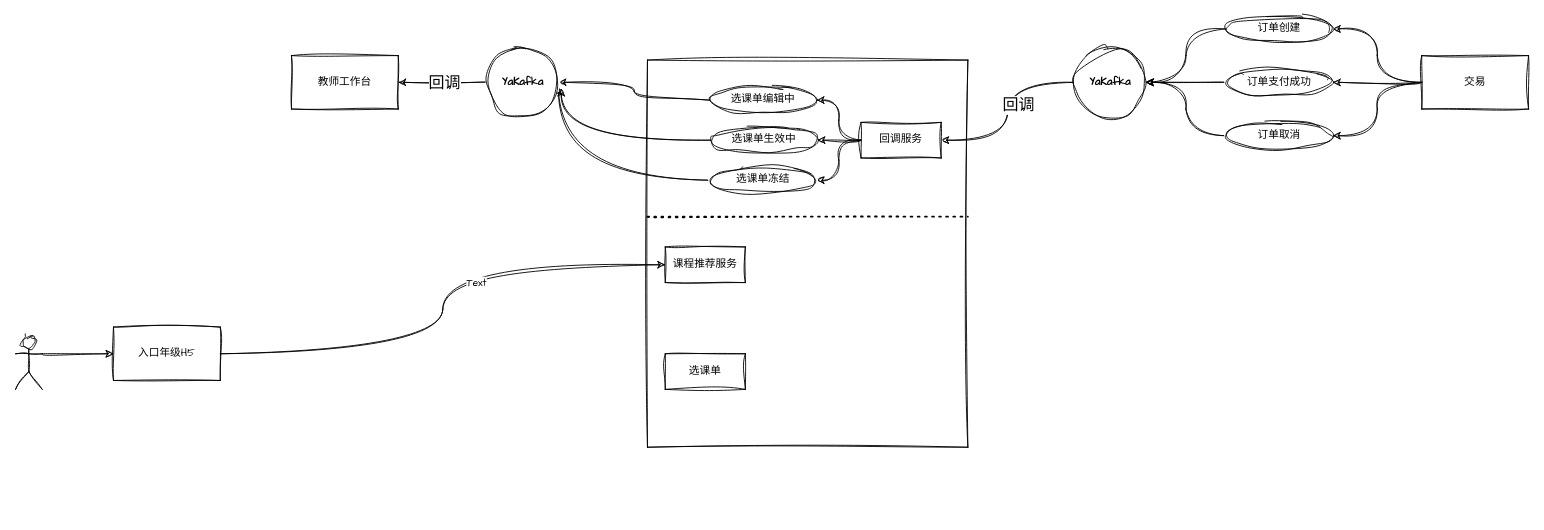
Above: xiwang/入口年级-数据流图.drawio in LanSeTianYe/draw (draw.io), before the change. Source tidied: cells renumbered, new cells numbered last; positions are measured from the earlier drawing's top-left corner, leaving out a move shared by most shapes. Both pictures are drawn from the tidied source at 89%, with x=0, y=0 at pixel (15, 15).
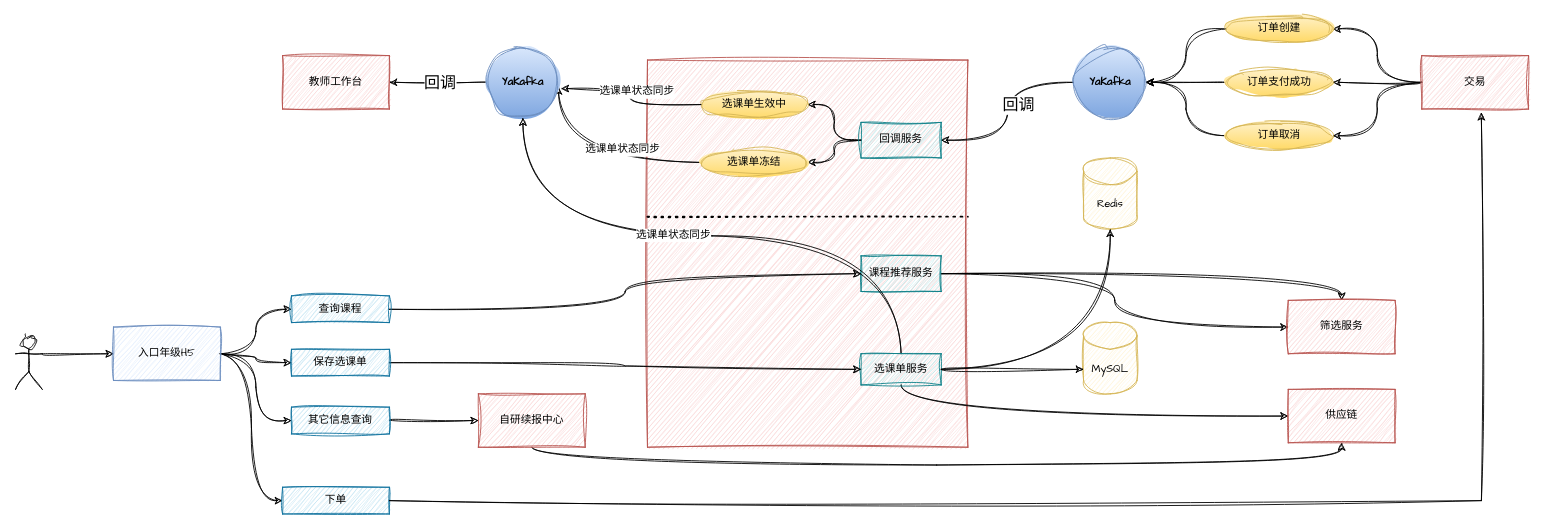
Above is the later version.

Commit message:
更新入口年级-数据流图.drawio

Unchanged cells that the change refers to:
```xml
<mxCell id="28" style="edgeStyle=orthogonalEdgeStyle;curved=1;rounded=0;sketch=1;hachureGap=4;jiggle=2;curveFitting=1;jettySize=auto;html=1;exitX=0;exitY=0.5;exitDx=0;exitDy=0;fontFamily=Architects Daughter;" parent="1" edge="1" source="29">
  <mxGeometry relative="1" as="geometry">
    <mxPoint x="610" y="80" as="targetPoint" />
  </mxGeometry>
</mxCell>
```

The edit, as a diff of the source:
```diff
@@
-    <mxCell id="2" style="rounded=0;whiteSpace=wrap;html=1;sketch=1;hachureGap=4;jiggle=2;curveFitting=1;fontFamily=Architects Daughter;" parent="1" vertex="1">
+    <mxCell id="2" style="rounded=0;whiteSpace=wrap;html=1;sketch=1;hachureGap=4;jiggle=2;curveFitting=1;fontFamily=Architects Daughter;fillColor=#f8cecc;strokeColor=#b85450;" parent="1" vertex="1">
       <mxGeometry x="710" y="50" width="360" height="435" as="geometry" />
     </mxCell>
@@
-    <mxCell id="5" style="edgeStyle=orthogonalEdgeStyle;curved=1;rounded=0;sketch=1;hachureGap=4;jiggle=2;curveFitting=1;jettySize=auto;html=1;exitX=1;exitY=0.5;exitDx=0;exitDy=0;entryX=0;entryY=0.5;entryDx=0;entryDy=0;fontFamily=Architects Daughter;" parent="1" edge="1" source="7" target="35">
-      <mxGeometry relative="1" as="geometry" />
-    </mxCell>
-    <mxCell id="6" value="Text" style="edgeLabel;html=1;align=center;verticalAlign=middle;sketch=1;hachureGap=4;jiggle=2;curveFitting=1;fontFamily=Architects Daughter;" parent="5" vertex="1">
-      <mxGeometry x="0.29" y="-19" relative="1" as="geometry" />
-    </mxCell>
+    <mxCell id="38" style="edgeStyle=orthogonalEdgeStyle;curved=1;rounded=0;sketch=1;hachureGap=4;jiggle=2;curveFitting=1;jettySize=auto;html=1;exitX=1;exitY=0.5;exitDx=0;exitDy=0;entryX=0;entryY=0.5;entryDx=0;entryDy=0;fontFamily=Architects Daughter;" parent="1" edge="1" source="7" target="50">
+      <mxGeometry relative="1" as="geometry" />
+    </mxCell>
+    <mxCell id="39" style="edgeStyle=orthogonalEdgeStyle;curved=1;rounded=0;sketch=1;hachureGap=4;jiggle=2;curveFitting=1;jettySize=auto;html=1;exitX=1;exitY=0.5;exitDx=0;exitDy=0;fontFamily=Architects Daughter;" parent="1" edge="1" source="7" target="52">
+      <mxGeometry relative="1" as="geometry" />
+    </mxCell>
+    <mxCell id="40" style="edgeStyle=orthogonalEdgeStyle;curved=1;rounded=0;sketch=1;hachureGap=4;jiggle=2;curveFitting=1;jettySize=auto;html=1;exitX=1;exitY=0.5;exitDx=0;exitDy=0;entryX=0;entryY=0.5;entryDx=0;entryDy=0;fontFamily=Architects Daughter;" parent="1" edge="1" source="7" target="53">
+      <mxGeometry relative="1" as="geometry" />
+    </mxCell>
+    <mxCell id="41" style="edgeStyle=orthogonalEdgeStyle;curved=1;rounded=0;sketch=1;hachureGap=4;jiggle=2;curveFitting=1;jettySize=auto;html=1;exitX=1;exitY=0.5;exitDx=0;exitDy=0;entryX=0;entryY=0.5;entryDx=0;entryDy=0;fontFamily=Architects Daughter;" parent="1" edge="1" source="7" target="57">
+      <mxGeometry relative="1" as="geometry" />
+    </mxCell>
-    <mxCell id="7" value="入口年级H5" style="rounded=0;whiteSpace=wrap;html=1;sketch=1;hachureGap=4;jiggle=2;curveFitting=1;fontFamily=Architects Daughter;" parent="1" vertex="1">
+    <mxCell id="7" value="入口年级H5" style="rounded=0;whiteSpace=wrap;html=1;sketch=1;hachureGap=4;jiggle=2;curveFitting=1;fontFamily=Architects Daughter;fillColor=#dae8fc;strokeColor=#6c8ebf;" parent="1" vertex="1">
       <mxGeometry x="110" y="350" width="120" height="60" as="geometry" />
     </mxCell>
@@
-    <mxCell id="11" value="交易" style="rounded=0;whiteSpace=wrap;html=1;sketch=1;hachureGap=4;jiggle=2;curveFitting=1;fontFamily=Architects Daughter;" parent="1" vertex="1">
+    <mxCell id="11" value="交易" style="rounded=0;whiteSpace=wrap;html=1;sketch=1;hachureGap=4;jiggle=2;curveFitting=1;fontFamily=Architects Daughter;fillColor=#f8cecc;strokeColor=#b85450;" parent="1" vertex="1">
       <mxGeometry x="1580" y="45" width="120" height="60" as="geometry" />
     </mxCell>
@@
-    <mxCell id="13" value="订单创建" style="ellipse;whiteSpace=wrap;html=1;sketch=1;hachureGap=4;jiggle=2;curveFitting=1;fontFamily=Architects Daughter;" parent="1" vertex="1">
+    <mxCell id="13" value="订单创建" style="ellipse;whiteSpace=wrap;html=1;sketch=1;hachureGap=4;jiggle=2;curveFitting=1;fontFamily=Architects Daughter;fillColor=#fff2cc;strokeColor=#d6b656;gradientColor=#ffd966;" parent="1" vertex="1">
       <mxGeometry x="1360" width="120" height="30" as="geometry" />
     </mxCell>
@@
-    <mxCell id="15" value="订单支付成功" style="ellipse;whiteSpace=wrap;html=1;sketch=1;hachureGap=4;jiggle=2;curveFitting=1;fontFamily=Architects Daughter;" parent="1" vertex="1">
+    <mxCell id="15" value="订单支付成功" style="ellipse;whiteSpace=wrap;html=1;sketch=1;hachureGap=4;jiggle=2;curveFitting=1;fontFamily=Architects Daughter;fillColor=#fff2cc;strokeColor=#d6b656;gradientColor=#ffd966;" parent="1" vertex="1">
       <mxGeometry x="1360" y="60" width="120" height="30" as="geometry" />
     </mxCell>
@@
-    <mxCell id="17" value="订单取消" style="ellipse;whiteSpace=wrap;html=1;sketch=1;hachureGap=4;jiggle=2;curveFitting=1;fontFamily=Architects Daughter;" parent="1" vertex="1">
+    <mxCell id="17" value="订单取消" style="ellipse;whiteSpace=wrap;html=1;sketch=1;hachureGap=4;jiggle=2;curveFitting=1;fontFamily=Architects Daughter;fillColor=#fff2cc;strokeColor=#d6b656;gradientColor=#ffd966;" parent="1" vertex="1">
       <mxGeometry x="1360" y="120" width="120" height="30" as="geometry" />
     </mxCell>
@@
-    <mxCell id="20" value="&lt;b&gt;Ya&lt;/b&gt;&lt;b style=&quot;background-color: initial;&quot;&gt;Kafka&lt;/b&gt;" style="ellipse;whiteSpace=wrap;html=1;sketch=1;hachureGap=4;jiggle=2;curveFitting=1;fontFamily=Architects Daughter;" parent="1" vertex="1">
+    <mxCell id="20" value="&lt;b&gt;Ya&lt;/b&gt;&lt;b style=&quot;background-color: initial;&quot;&gt;Kafka&lt;/b&gt;" style="ellipse;whiteSpace=wrap;html=1;sketch=1;hachureGap=4;jiggle=2;curveFitting=1;fontFamily=Architects Daughter;fillColor=#dae8fc;strokeColor=#6c8ebf;gradientColor=#7ea6e0;" parent="1" vertex="1">
       <mxGeometry x="1190" y="35" width="80" height="80" as="geometry" />
     </mxCell>
-    <mxCell id="21" style="edgeStyle=orthogonalEdgeStyle;curved=1;rounded=0;sketch=1;hachureGap=4;jiggle=2;curveFitting=1;jettySize=auto;html=1;exitX=0;exitY=0.5;exitDx=0;exitDy=0;entryX=1;entryY=0.5;entryDx=0;entryDy=0;fontFamily=Architects Daughter;" parent="1" edge="1" source="24" target="26">
-      <mxGeometry relative="1" as="geometry" />
-    </mxCell>
@@
-    <mxCell id="24" value="回调服务" style="rounded=0;whiteSpace=wrap;html=1;sketch=1;hachureGap=4;jiggle=2;curveFitting=1;fontFamily=Architects Daughter;" parent="1" vertex="1">
+    <mxCell id="24" value="回调服务" style="rounded=0;whiteSpace=wrap;html=1;sketch=1;hachureGap=4;jiggle=2;curveFitting=1;fontFamily=Architects Daughter;fillColor=#b0e3e6;strokeColor=#0e8088;" parent="1" vertex="1">
       <mxGeometry x="950" y="120" width="90" height="40" as="geometry" />
     </mxCell>
-    <mxCell id="25" style="edgeStyle=orthogonalEdgeStyle;curved=1;rounded=0;sketch=1;hachureGap=4;jiggle=2;curveFitting=1;jettySize=auto;html=1;exitX=0;exitY=0.5;exitDx=0;exitDy=0;entryX=1;entryY=0.5;entryDx=0;entryDy=0;fontFamily=Architects Daughter;" parent="1" edge="1" source="26" target="33">
-      <mxGeometry relative="1" as="geometry" />
-    </mxCell>
-    <mxCell id="26" value="选课单编辑中" style="ellipse;whiteSpace=wrap;html=1;sketch=1;hachureGap=4;jiggle=2;curveFitting=1;fontFamily=Architects Daughter;" parent="1" vertex="1">
-      <mxGeometry x="780" y="80" width="120" height="30" as="geometry" />
-    </mxCell>
-    <mxCell id="27" value="选课单生效中" style="ellipse;whiteSpace=wrap;html=1;sketch=1;hachureGap=4;jiggle=2;curveFitting=1;fontFamily=Architects Daughter;" parent="1" vertex="1">
-      <mxGeometry x="781" y="125" width="120" height="30" as="geometry" />
+    <mxCell id="27" value="选课单生效中" style="ellipse;whiteSpace=wrap;html=1;sketch=1;hachureGap=4;jiggle=2;curveFitting=1;fontFamily=Architects Daughter;fillColor=#fff2cc;gradientColor=#ffd966;strokeColor=#d6b656;" parent="1" vertex="1">
+      <mxGeometry x="770" y="85" width="120" height="30" as="geometry" />
     </mxCell>
@@
+    <mxCell id="42" value="&lt;font style=&quot;font-size: 12px;&quot;&gt;选课单状态同步&lt;/font&gt;" style="edgeLabel;html=1;align=center;verticalAlign=middle;sketch=1;hachureGap=4;jiggle=2;curveFitting=1;fontFamily=Architects Daughter;" parent="28" vertex="1">
+      <mxGeometry x="-0.27" y="-15" relative="1" as="geometry" />
+    </mxCell>
-    <mxCell id="29" value="选课单冻结" style="ellipse;whiteSpace=wrap;html=1;sketch=1;hachureGap=4;jiggle=2;curveFitting=1;fontFamily=Architects Daughter;" parent="1" vertex="1">
-      <mxGeometry x="780" y="170" width="120" height="30" as="geometry" />
+    <mxCell id="29" value="选课单冻结" style="ellipse;whiteSpace=wrap;html=1;sketch=1;hachureGap=4;jiggle=2;curveFitting=1;fontFamily=Architects Daughter;fillColor=#fff2cc;gradientColor=#ffd966;strokeColor=#d6b656;" parent="1" vertex="1">
+      <mxGeometry x="770" y="150" width="120" height="30" as="geometry" />
     </mxCell>
-    <mxCell id="30" value="教师工作台" style="rounded=0;whiteSpace=wrap;html=1;sketch=1;hachureGap=4;jiggle=2;curveFitting=1;fontFamily=Architects Daughter;" parent="1" vertex="1">
-      <mxGeometry x="310" y="45" width="120" height="60" as="geometry" />
+    <mxCell id="30" value="教师工作台" style="rounded=0;whiteSpace=wrap;html=1;sketch=1;hachureGap=4;jiggle=2;curveFitting=1;fontFamily=Architects Daughter;fillColor=#f8cecc;strokeColor=#b85450;" parent="1" vertex="1">
+      <mxGeometry x="300" y="45" width="120" height="60" as="geometry" />
     </mxCell>
@@
-    <mxCell id="33" value="&lt;b&gt;Ya&lt;/b&gt;&lt;b style=&quot;background-color: initial;&quot;&gt;Kafka&lt;/b&gt;" style="ellipse;whiteSpace=wrap;html=1;sketch=1;hachureGap=4;jiggle=2;curveFitting=1;fontFamily=Architects Daughter;" parent="1" vertex="1">
+    <mxCell id="33" value="&lt;b&gt;Ya&lt;/b&gt;&lt;b style=&quot;background-color: initial;&quot;&gt;Kafka&lt;/b&gt;" style="ellipse;whiteSpace=wrap;html=1;sketch=1;hachureGap=4;jiggle=2;curveFitting=1;fontFamily=Architects Daughter;fillColor=#dae8fc;gradientColor=#7ea6e0;strokeColor=#6c8ebf;" parent="1" vertex="1">
       <mxGeometry x="530" y="35" width="80" height="80" as="geometry" />
     </mxCell>
-    <mxCell id="34" style="edgeStyle=orthogonalEdgeStyle;curved=1;rounded=0;sketch=1;hachureGap=4;jiggle=2;curveFitting=1;jettySize=auto;html=1;exitX=0;exitY=0.5;exitDx=0;exitDy=0;entryX=1.038;entryY=0.588;entryDx=0;entryDy=0;entryPerimeter=0;fontFamily=Architects Daughter;" parent="1" edge="1" source="27" target="33">
+    <mxCell id="34" style="edgeStyle=orthogonalEdgeStyle;rounded=0;sketch=1;hachureGap=4;jiggle=2;curveFitting=1;jettySize=auto;html=1;exitX=0;exitY=0.5;exitDx=0;exitDy=0;entryX=1.038;entryY=0.588;entryDx=0;entryDy=0;entryPerimeter=0;fontFamily=Architects Daughter;curved=1;" parent="1" edge="1" source="27" target="33">
       <mxGeometry relative="1" as="geometry" />
     </mxCell>
+    <mxCell id="43" value="&lt;font style=&quot;font-size: 12px;&quot;&gt;选课单状态同步&lt;/font&gt;" style="edgeLabel;html=1;align=center;verticalAlign=middle;sketch=1;hachureGap=4;jiggle=2;curveFitting=1;fontFamily=Architects Daughter;" parent="34" vertex="1">
+      <mxGeometry x="-0.34" relative="1" as="geometry">
+        <mxPoint x="-15" y="-15" as="offset" />
+      </mxGeometry>
+    </mxCell>
+    <mxCell id="44" style="edgeStyle=orthogonalEdgeStyle;curved=1;rounded=0;sketch=1;hachureGap=4;jiggle=2;curveFitting=1;jettySize=auto;html=1;exitX=1;exitY=0.5;exitDx=0;exitDy=0;entryX=0;entryY=0.5;entryDx=0;entryDy=0;fontFamily=Architects Daughter;" parent="1" edge="1" source="35" target="62">
+      <mxGeometry relative="1" as="geometry" />
+    </mxCell>
+    <mxCell id="45" style="edgeStyle=orthogonalEdgeStyle;curved=1;rounded=0;sketch=1;hachureGap=4;jiggle=2;curveFitting=1;jettySize=auto;html=1;exitX=1;exitY=0.5;exitDx=0;exitDy=0;fontFamily=Architects Daughter;" parent="1" edge="1" source="35" target="62">
+      <mxGeometry relative="1" as="geometry" />
+    </mxCell>
-    <mxCell id="35" value="课程推荐服务" style="rounded=0;whiteSpace=wrap;html=1;sketch=1;hachureGap=4;jiggle=2;curveFitting=1;fontFamily=Architects Daughter;" parent="1" vertex="1">
-      <mxGeometry x="730" y="260" width="90" height="40" as="geometry" />
+    <mxCell id="35" value="课程推荐服务" style="rounded=0;whiteSpace=wrap;html=1;sketch=1;hachureGap=4;jiggle=2;curveFitting=1;fontFamily=Architects Daughter;fillColor=#b0e3e6;strokeColor=#0e8088;" parent="1" vertex="1">
+      <mxGeometry x="950" y="270" width="90" height="40" as="geometry" />
     </mxCell>
@@
+    <mxCell id="46" style="edgeStyle=orthogonalEdgeStyle;curved=1;rounded=0;sketch=1;hachureGap=4;jiggle=2;curveFitting=1;jettySize=auto;html=1;exitX=0.5;exitY=1;exitDx=0;exitDy=0;entryX=0;entryY=0.5;entryDx=0;entryDy=0;fontFamily=Architects Daughter;" parent="1" edge="1" source="37" target="61">
+      <mxGeometry relative="1" as="geometry" />
+    </mxCell>
+    <mxCell id="47" style="edgeStyle=orthogonalEdgeStyle;curved=1;rounded=0;sketch=1;hachureGap=4;jiggle=2;curveFitting=1;jettySize=auto;html=1;exitX=0.5;exitY=0;exitDx=0;exitDy=0;entryX=0.5;entryY=1;entryDx=0;entryDy=0;fontFamily=Architects Daughter;" parent="1" edge="1" source="37" target="33">
+      <mxGeometry relative="1" as="geometry" />
+    </mxCell>
+    <mxCell id="48" value="&lt;span style=&quot;font-size: 12px;&quot;&gt;选课单状态同步&lt;/span&gt;" style="edgeLabel;html=1;align=center;verticalAlign=middle;sketch=1;hachureGap=4;jiggle=2;curveFitting=1;fontFamily=Architects Daughter;" parent="47" vertex="1">
+      <mxGeometry x="0.13" y="-1" relative="1" as="geometry">
+        <mxPoint x="1" as="offset" />
+      </mxGeometry>
+    </mxCell>
-    <mxCell id="37" value="选课单" style="rounded=0;whiteSpace=wrap;html=1;sketch=1;hachureGap=4;jiggle=2;curveFitting=1;fontFamily=Architects Daughter;" parent="1" vertex="1">
-      <mxGeometry x="730" y="380" width="90" height="40" as="geometry" />
+    <mxCell id="37" value="选课单服务" style="rounded=0;whiteSpace=wrap;html=1;sketch=1;hachureGap=4;jiggle=2;curveFitting=1;fontFamily=Architects Daughter;fillColor=#b0e3e6;strokeColor=#0e8088;" parent="1" vertex="1">
+      <mxGeometry x="950" y="380" width="90" height="35" as="geometry" />
     </mxCell>
+    <mxCell id="49" style="edgeStyle=orthogonalEdgeStyle;curved=1;rounded=0;sketch=1;hachureGap=4;jiggle=2;curveFitting=1;jettySize=auto;html=1;exitX=1;exitY=0.5;exitDx=0;exitDy=0;entryX=0;entryY=0.5;entryDx=0;entryDy=0;fontFamily=Architects Daughter;" parent="1" edge="1" source="50" target="35">
+      <mxGeometry relative="1" as="geometry" />
+    </mxCell>
+    <mxCell id="50" value="查询课程" style="rounded=0;whiteSpace=wrap;html=1;sketch=1;hachureGap=4;jiggle=2;curveFitting=1;fontFamily=Architects Daughter;fillColor=#b1ddf0;strokeColor=#10739e;" parent="1" vertex="1">
+      <mxGeometry x="310" y="315" width="110" height="30" as="geometry" />
+    </mxCell>
+    <mxCell id="51" style="edgeStyle=orthogonalEdgeStyle;curved=1;rounded=0;sketch=1;hachureGap=4;jiggle=2;curveFitting=1;jettySize=auto;html=1;exitX=1;exitY=0.5;exitDx=0;exitDy=0;entryX=0;entryY=0.5;entryDx=0;entryDy=0;fontFamily=Architects Daughter;" parent="1" edge="1" source="52" target="37">
+      <mxGeometry relative="1" as="geometry" />
+    </mxCell>
+    <mxCell id="52" value="保存选课单" style="rounded=0;whiteSpace=wrap;html=1;sketch=1;hachureGap=4;jiggle=2;curveFitting=1;fontFamily=Architects Daughter;fillColor=#b1ddf0;strokeColor=#10739e;" parent="1" vertex="1">
+      <mxGeometry x="310" y="375" width="110" height="30" as="geometry" />
+    </mxCell>
+    <mxCell id="53" value="下单" style="rounded=0;whiteSpace=wrap;html=1;sketch=1;hachureGap=4;jiggle=2;curveFitting=1;fontFamily=Architects Daughter;fillColor=#b1ddf0;strokeColor=#10739e;" parent="1" vertex="1">
+      <mxGeometry x="300" y="530" width="120" height="30" as="geometry" />
+    </mxCell>
+    <mxCell id="54" value="MySQL" style="shape=cylinder3;whiteSpace=wrap;html=1;boundedLbl=1;backgroundOutline=1;size=15;sketch=1;hachureGap=4;jiggle=2;curveFitting=1;fontFamily=Architects Daughter;fillColor=#fff2cc;strokeColor=#d6b656;" parent="1" vertex="1">
+      <mxGeometry x="1200" y="345" width="60" height="80" as="geometry" />
+    </mxCell>
+    <mxCell id="55" style="edgeStyle=orthogonalEdgeStyle;curved=1;rounded=0;sketch=1;hachureGap=4;jiggle=2;curveFitting=1;jettySize=auto;html=1;exitX=1;exitY=0.5;exitDx=0;exitDy=0;entryX=0;entryY=0;entryDx=0;entryDy=52.5;entryPerimeter=0;fontFamily=Architects Daughter;" parent="1" edge="1" source="37" target="54">
+      <mxGeometry relative="1" as="geometry" />
+    </mxCell>
+    <mxCell id="56" style="edgeStyle=orthogonalEdgeStyle;curved=1;rounded=0;sketch=1;hachureGap=4;jiggle=2;curveFitting=1;jettySize=auto;html=1;exitX=1;exitY=0.5;exitDx=0;exitDy=0;entryX=0;entryY=0.5;entryDx=0;entryDy=0;fontFamily=Architects Daughter;" parent="1" edge="1" source="57" target="59">
+      <mxGeometry relative="1" as="geometry" />
+    </mxCell>
+    <mxCell id="57" value="其它信息查询" style="rounded=0;whiteSpace=wrap;html=1;sketch=1;hachureGap=4;jiggle=2;curveFitting=1;fontFamily=Architects Daughter;fillColor=#b1ddf0;strokeColor=#10739e;" parent="1" vertex="1">
+      <mxGeometry x="310" y="440" width="110" height="30" as="geometry" />
+    </mxCell>
+    <mxCell id="58" style="edgeStyle=orthogonalEdgeStyle;curved=1;rounded=0;sketch=1;hachureGap=4;jiggle=2;curveFitting=1;jettySize=auto;html=1;exitX=0.5;exitY=1;exitDx=0;exitDy=0;entryX=0.5;entryY=1;entryDx=0;entryDy=0;fontFamily=Architects Daughter;" parent="1" edge="1" source="59" target="61">
+      <mxGeometry relative="1" as="geometry" />
+    </mxCell>
+    <mxCell id="59" value="自研续报中心" style="rounded=0;whiteSpace=wrap;html=1;sketch=1;hachureGap=4;jiggle=2;curveFitting=1;fontFamily=Architects Daughter;fillColor=#f8cecc;strokeColor=#b85450;" parent="1" vertex="1">
+      <mxGeometry x="520" y="425" width="120" height="60" as="geometry" />
+    </mxCell>
+    <mxCell id="60" value="Redis" style="shape=cylinder3;whiteSpace=wrap;html=1;boundedLbl=1;backgroundOutline=1;size=15;sketch=1;hachureGap=4;jiggle=2;curveFitting=1;fontFamily=Architects Daughter;fillColor=#fff2cc;strokeColor=#d6b656;" parent="1" vertex="1">
+      <mxGeometry x="1200" y="160" width="60" height="80" as="geometry" />
+    </mxCell>
+    <mxCell id="61" value="供应链" style="rounded=0;whiteSpace=wrap;html=1;sketch=1;hachureGap=4;jiggle=2;curveFitting=1;fontFamily=Architects Daughter;fillColor=#f8cecc;strokeColor=#b85450;" parent="1" vertex="1">
+      <mxGeometry x="1430" y="420" width="120" height="60" as="geometry" />
+    </mxCell>
+    <mxCell id="62" value="筛选服务" style="rounded=0;whiteSpace=wrap;html=1;sketch=1;hachureGap=4;jiggle=2;curveFitting=1;fontFamily=Architects Daughter;fillColor=#f8cecc;strokeColor=#b85450;" parent="1" vertex="1">
+      <mxGeometry x="1430" y="320" width="120" height="60" as="geometry" />
+    </mxCell>
+    <mxCell id="63" style="edgeStyle=orthogonalEdgeStyle;rounded=0;sketch=1;hachureGap=4;jiggle=2;curveFitting=1;jettySize=auto;html=1;exitX=1;exitY=0.5;exitDx=0;exitDy=0;entryX=0.558;entryY=1.067;entryDx=0;entryDy=0;entryPerimeter=0;fontFamily=Architects Daughter;" parent="1" edge="1" source="53" target="11">
+      <mxGeometry relative="1" as="geometry" />
+    </mxCell>
+    <mxCell id="64" style="edgeStyle=orthogonalEdgeStyle;rounded=0;sketch=1;hachureGap=4;jiggle=2;curveFitting=1;orthogonalLoop=1;jettySize=auto;html=1;exitX=0.5;exitY=1;exitDx=0;exitDy=0;fontFamily=Architects Daughter;" parent="1" edge="1" source="29" target="29">
+      <mxGeometry relative="1" as="geometry" />
+    </mxCell>
+    <mxCell id="65" style="edgeStyle=orthogonalEdgeStyle;rounded=0;sketch=1;hachureGap=4;jiggle=2;curveFitting=1;jettySize=auto;html=1;exitX=1;exitY=0.5;exitDx=0;exitDy=0;entryX=0.5;entryY=1;entryDx=0;entryDy=0;entryPerimeter=0;fontFamily=Architects Daughter;curved=1;" parent="1" edge="1" source="37" target="60">
+      <mxGeometry relative="1" as="geometry" />
+    </mxCell>
```
